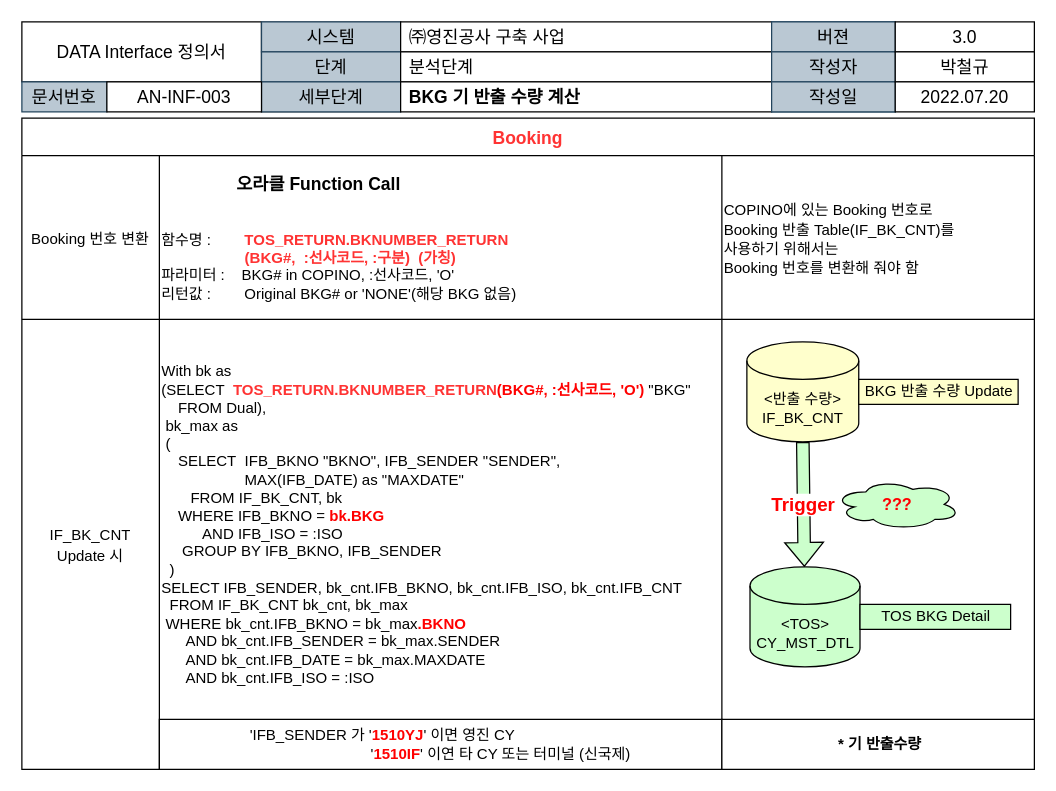
Above: page "BKG 기 반출 수량 계산" (3 of 9) of 산출물/프로세스 명세서 (Data Interface).drawio in yabadadu/- (draw.io), before the change. Source tidied: cells renumbered, new cells numbered last; positions are measured from the earlier drawing's top-left corner, leaving out a move shared by most shapes. Both pictures are drawn from the tidied source at 125%, with x=0, y=0 at pixel (21, 21).
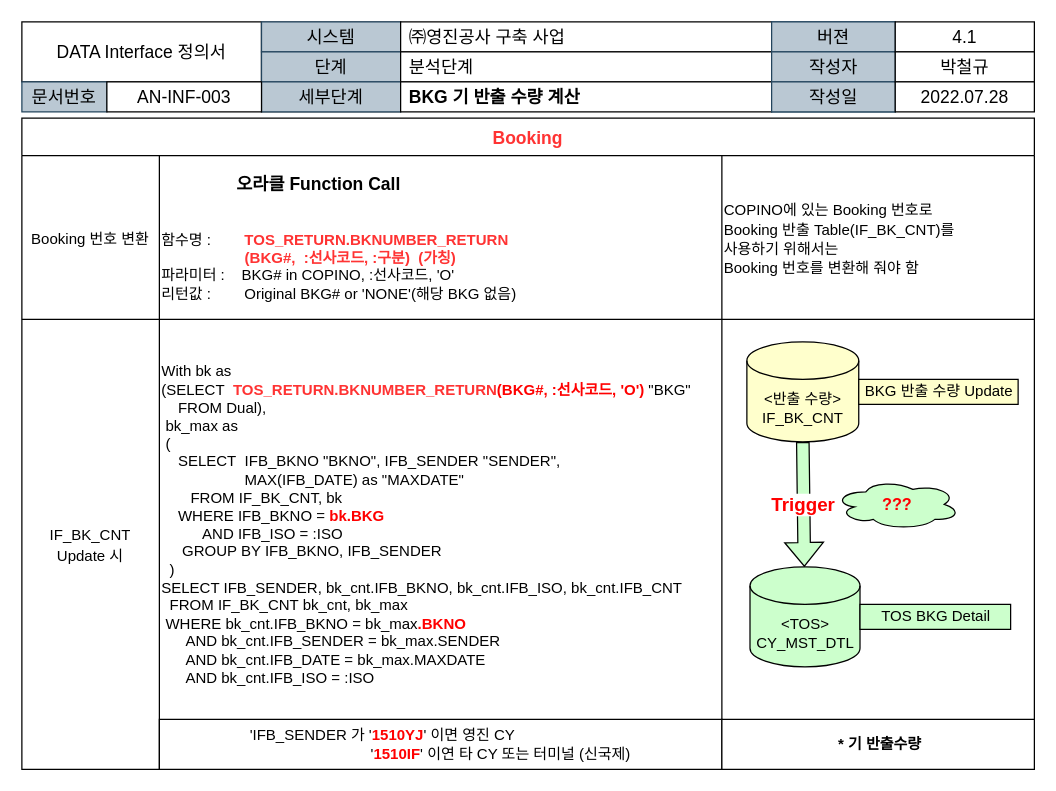
Above is the later version.

The change refers to these unchanged cells:
```xml
<mxCell id="16" style="group;" parent="2" vertex="1">
  <mxGeometry x="698.7" width="111.3" height="72" as="geometry" />
</mxCell>
```

The edit, as a diff of the source:
```diff
@@
-    <mxCell id="17" value="3.0" style="rounded=0;whiteSpace=wrap;html=1;fontSize=14;" parent="16" vertex="1">
+    <mxCell id="17" value="4.1" style="rounded=0;whiteSpace=wrap;html=1;fontSize=14;" parent="16" vertex="1">
       <mxGeometry width="111.3" height="24" as="geometry" />
     </mxCell>
@@
-    <mxCell id="20" value="2022.07.20" style="rounded=0;whiteSpace=wrap;html=1;fontSize=14;" parent="16" vertex="1">
+    <mxCell id="20" value="2022.07.28" style="rounded=0;whiteSpace=wrap;html=1;fontSize=14;" parent="16" vertex="1">
       <mxGeometry y="48" width="111.3" height="24" as="geometry" />
     </mxCell>
```
